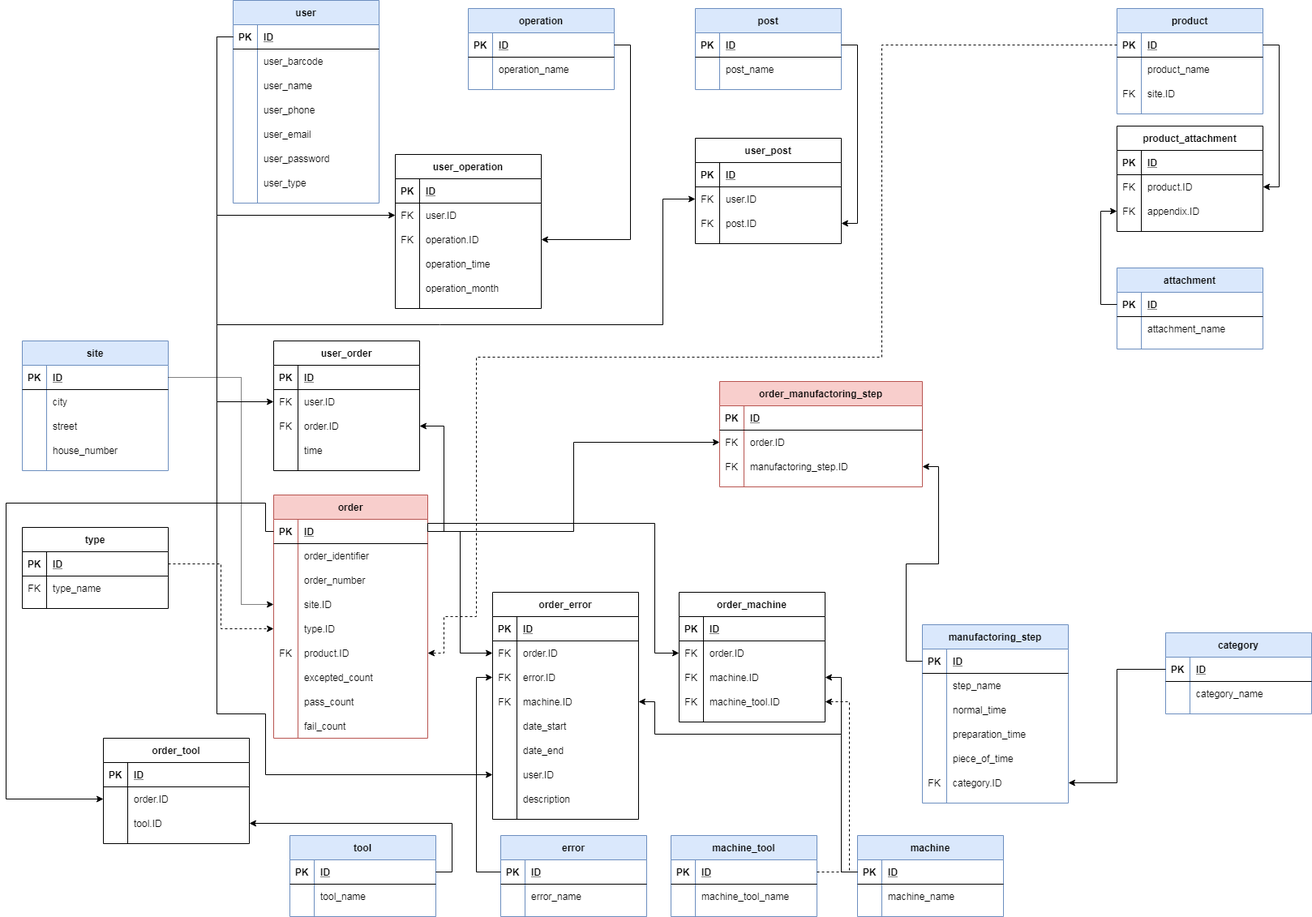
The draw.io diagram DOC/diagrams/database_plan_2_0_0.png in KerteszZoltan/mesterminal, before a commit. Source tidied: cells renumbered, new cells last; positions are measured from the earlier drawing's top-left corner, leaving out a move shared by most shapes.
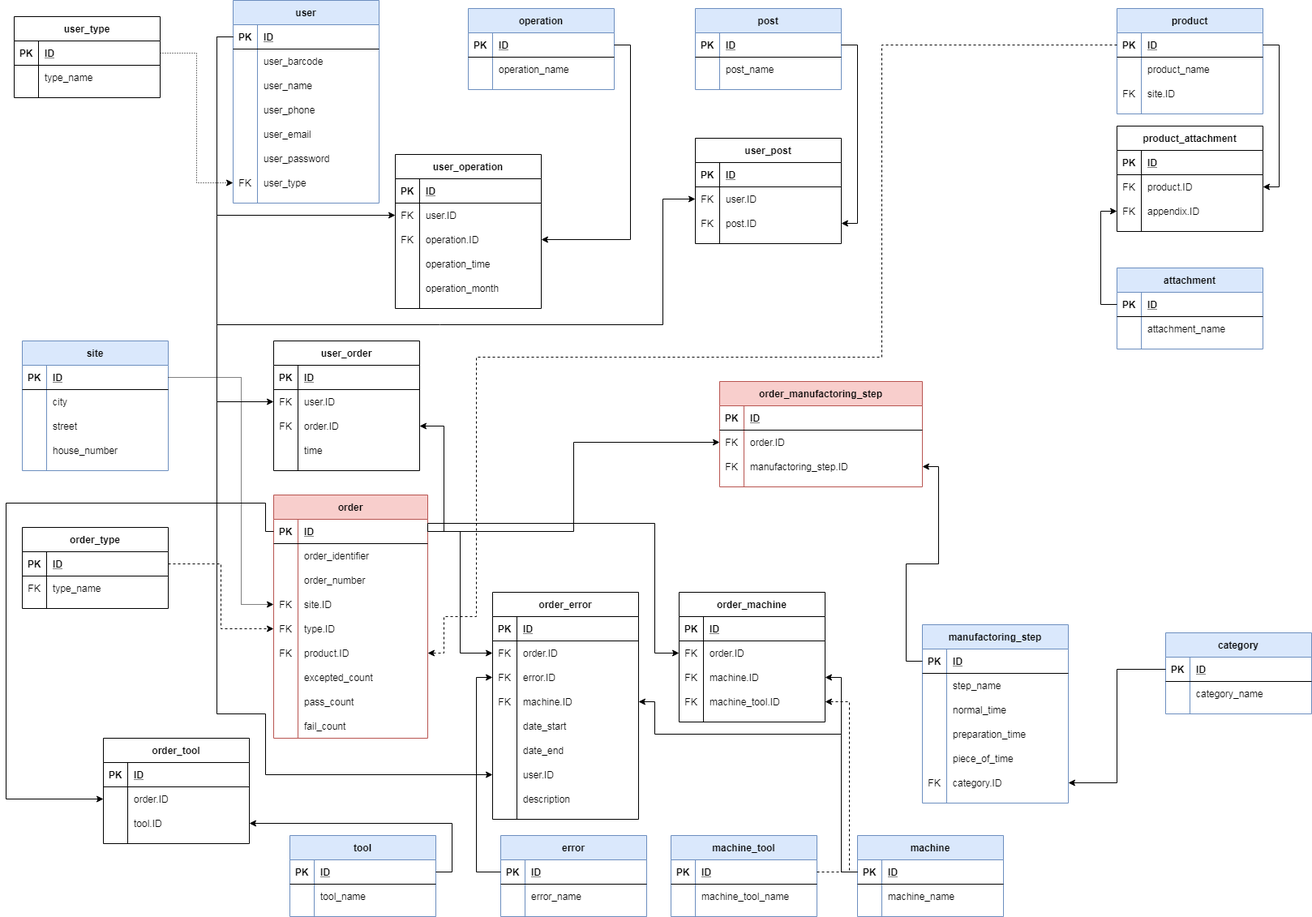
The same diagram one commit later.

Change to the diagram source:
```diff
@@ -62,7 +62,7 @@
     <mxCell id="21" style="shape=partialRectangle;fillColor=none;top=0;left=0;bottom=0;right=0;points=[[0,0.5],[1,0.5]];portConstraint=eastwest;" parent="2" vertex="1">
       <mxGeometry y="210" width="180" height="30" as="geometry" />
     </mxCell>
-    <mxCell id="22" style="shape=partialRectangle;fillColor=none;top=0;left=0;bottom=0;right=0;overflow=hidden;" parent="21" vertex="1">
+    <mxCell id="22" value="FK" style="shape=partialRectangle;fillColor=none;top=0;left=0;bottom=0;right=0;overflow=hidden;" parent="21" vertex="1">
       <mxGeometry width="30" height="30" as="geometry" />
     </mxCell>
     <mxCell id="23" value="user_type" style="shape=partialRectangle;fillColor=none;top=0;left=0;bottom=0;right=0;align=left;spacingLeft=6;overflow=hidden;" parent="21" vertex="1">
@@ -240,7 +240,7 @@
     <mxCell id="78" style="shape=partialRectangle;fillColor=none;top=0;left=0;bottom=0;right=0;points=[[0,0.5],[1,0.5]];portConstraint=eastwest;" parent="68" vertex="1">
       <mxGeometry y="120" width="190" height="30" as="geometry" />
     </mxCell>
-    <mxCell id="79" style="shape=partialRectangle;fillColor=none;top=0;left=0;bottom=0;right=0;overflow=hidden;" parent="78" vertex="1">
+    <mxCell id="79" value="FK" style="shape=partialRectangle;fillColor=none;top=0;left=0;bottom=0;right=0;overflow=hidden;" parent="78" vertex="1">
       <mxGeometry width="30" height="30" as="geometry" />
     </mxCell>
     <mxCell id="80" value="site.ID" style="shape=partialRectangle;fillColor=none;top=0;left=0;bottom=0;right=0;align=left;spacingLeft=6;overflow=hidden;" parent="78" vertex="1">
@@ -249,7 +249,7 @@
     <mxCell id="81" style="shape=partialRectangle;fillColor=none;top=0;left=0;bottom=0;right=0;points=[[0,0.5],[1,0.5]];portConstraint=eastwest;" parent="68" vertex="1">
       <mxGeometry y="150" width="190" height="30" as="geometry" />
     </mxCell>
-    <mxCell id="82" style="shape=partialRectangle;fillColor=none;top=0;left=0;bottom=0;right=0;overflow=hidden;" parent="81" vertex="1">
+    <mxCell id="82" value="FK" style="shape=partialRectangle;fillColor=none;top=0;left=0;bottom=0;right=0;overflow=hidden;" parent="81" vertex="1">
       <mxGeometry width="30" height="30" as="geometry" />
     </mxCell>
     <mxCell id="83" value="type.ID" style="shape=partialRectangle;fillColor=none;top=0;left=0;bottom=0;right=0;align=left;spacingLeft=6;overflow=hidden;" parent="81" vertex="1">
@@ -573,7 +573,7 @@
         </Array>
       </mxGeometry>
     </mxCell>
-    <mxCell id="186" value="type" style="shape=table;startSize=30;rowLines=0;fontStyle=1;align=center;" parent="1" vertex="1">
+    <mxCell id="186" value="order_type" style="shape=table;startSize=30;rowLines=0;fontStyle=1;align=center;" parent="1" vertex="1">
       <mxGeometry x="20" y="650" width="180" height="100" as="geometry" />
     </mxCell>
     <mxCell id="187" style="shape=partialRectangle;fillColor=none;top=0;left=0;bottom=1;right=0;points=[[0,0.5],[1,0.5]];portConstraint=eastwest;" parent="186" vertex="1">
@@ -909,5 +909,29 @@
         </Array>
       </mxGeometry>
     </mxCell>
+    <mxCell id="287" value="user_type" style="shape=table;startSize=30;rowLines=0;fontStyle=1;align=center;" parent="1" vertex="1">
+      <mxGeometry x="10" y="20" width="180" height="100" as="geometry" />
+    </mxCell>
+    <mxCell id="288" style="shape=partialRectangle;fillColor=none;top=0;left=0;bottom=1;right=0;points=[[0,0.5],[1,0.5]];portConstraint=eastwest;" parent="287" vertex="1">
+      <mxGeometry y="30" width="180" height="30" as="geometry" />
+    </mxCell>
+    <mxCell id="289" value="PK" style="shape=partialRectangle;fillColor=none;top=0;left=0;bottom=0;right=0;fontStyle=1;overflow=hidden;" parent="288" vertex="1">
+      <mxGeometry width="30" height="30" as="geometry" />
+    </mxCell>
+    <mxCell id="290" value="ID" style="shape=partialRectangle;fillColor=none;top=0;left=0;bottom=0;right=0;align=left;spacingLeft=6;fontStyle=5;overflow=hidden;" parent="288" vertex="1">
+      <mxGeometry x="30" width="150" height="30" as="geometry" />
+    </mxCell>
+    <mxCell id="291" style="shape=partialRectangle;fillColor=none;top=0;left=0;bottom=0;right=0;" parent="287" vertex="1">
+      <mxGeometry y="60" width="180" height="30" as="geometry" />
+    </mxCell>
+    <mxCell id="292" style="shape=partialRectangle;fillColor=none;top=0;left=0;bottom=0;right=0;overflow=hidden;" parent="291" vertex="1">
+      <mxGeometry width="30" height="30" as="geometry" />
+    </mxCell>
+    <mxCell id="293" value="type_name" style="shape=partialRectangle;fillColor=none;top=0;left=0;bottom=0;right=0;align=left;spacingLeft=6;overflow=hidden;" parent="291" vertex="1">
+      <mxGeometry x="30" width="150" height="30" as="geometry" />
+    </mxCell>
+    <mxCell id="294" style="edgeStyle=orthogonalEdgeStyle;rounded=0;jettySize=auto;html=1;exitX=1;exitY=0.5;exitDx=0;exitDy=0;entryX=0;entryY=0.5;entryDx=0;entryDy=0;dashed=1;dashPattern=1 2;" parent="1" edge="1" source="288" target="21">
+      <mxGeometry relative="1" as="geometry" />
+    </mxCell>
   </root>
 </mxGraphModel>
```
